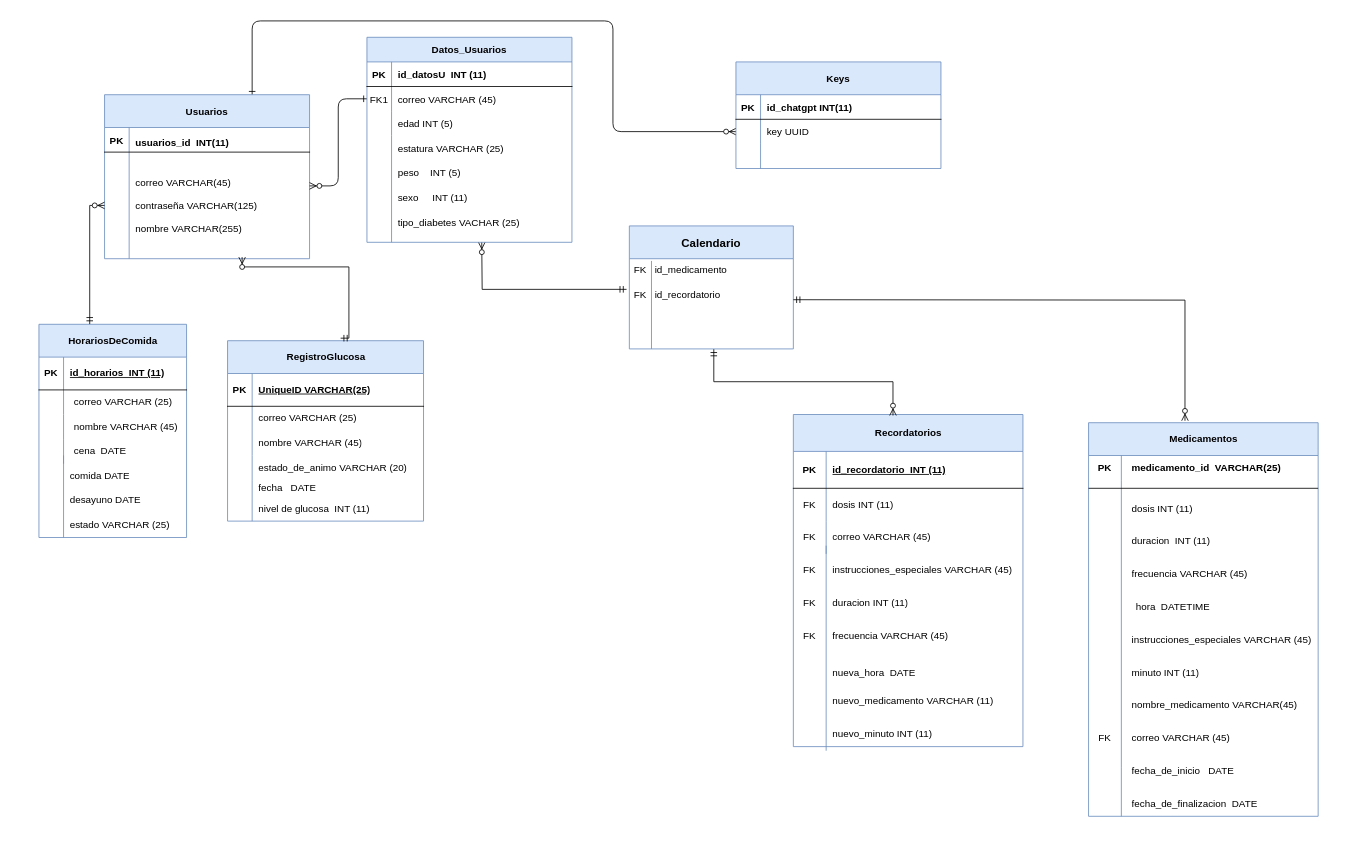
Before: DiagramaGlucoBalance.drawio in AGEJH/Portafolio-Ingeniero, a draw.io diagram. Source tidied: cells renumbered, new cells numbered last; positions are measured from the earlier drawing's top-left corner, leaving out a move shared by most shapes. Both pictures are drawn from the tidied source at 82%, with x=0, y=0 at pixel (14, 20).
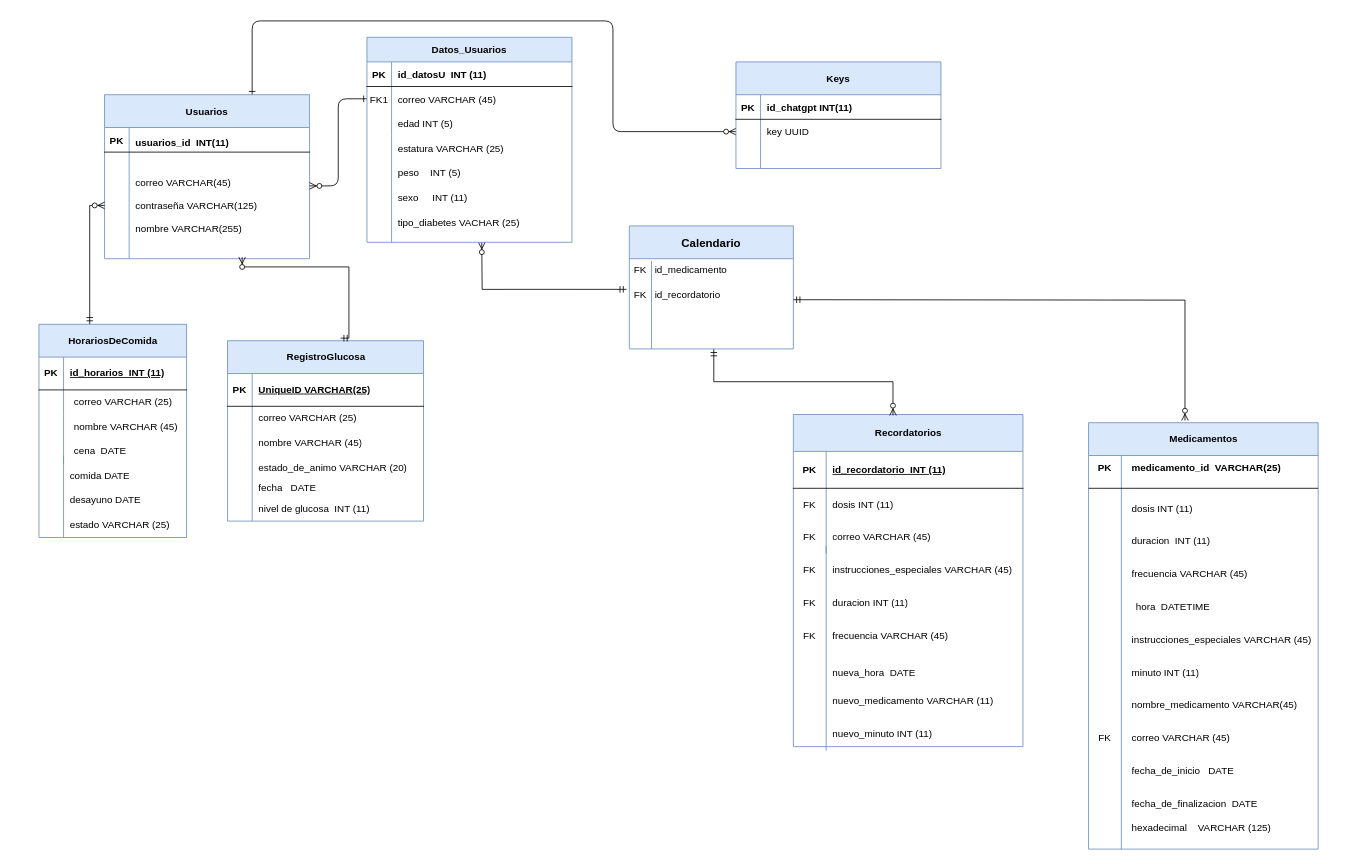
Above is the later version.

What changed in the source:
```diff
@@
     <mxCell id="21" value="Medicamentos" style="shape=table;startSize=40;childLayout=tableLayout;rowLines=0;fontStyle=1;align=center;html=1;fillColor=#dae8fc;strokeColor=#6c8ebf;" parent="1" vertex="1">
-      <mxGeometry x="1310" y="490" width="280" height="480" as="geometry" />
+      <mxGeometry x="1310" y="490" width="280" height="520" as="geometry" />
     </mxCell>
@@
     <mxCell id="122" style="endArrow=none;html=1;rounded=0;fillColor=#dae8fc;strokeColor=#6c8ebf;" parent="1" edge="1">
       <mxGeometry relative="1" as="geometry">
-        <mxPoint x="1350" y="970" as="sourcePoint" />
+        <mxPoint x="1350" y="1010" as="sourcePoint" />
         <mxPoint x="1350" y="910" as="targetPoint" />
       </mxGeometry>
     </mxCell>
@@
+    <mxCell id="128" value="hexadecimal&amp;nbsp; &amp;nbsp; VARCHAR (125)" style="shape=partialRectangle;fillColor=none;top=0;left=0;bottom=0;right=0;align=left;spacingLeft=6;overflow=hidden;whiteSpace=wrap;html=1;" parent="1" vertex="1">
+      <mxGeometry x="1355" y="970" width="215" height="30" as="geometry" />
+    </mxCell>
```
